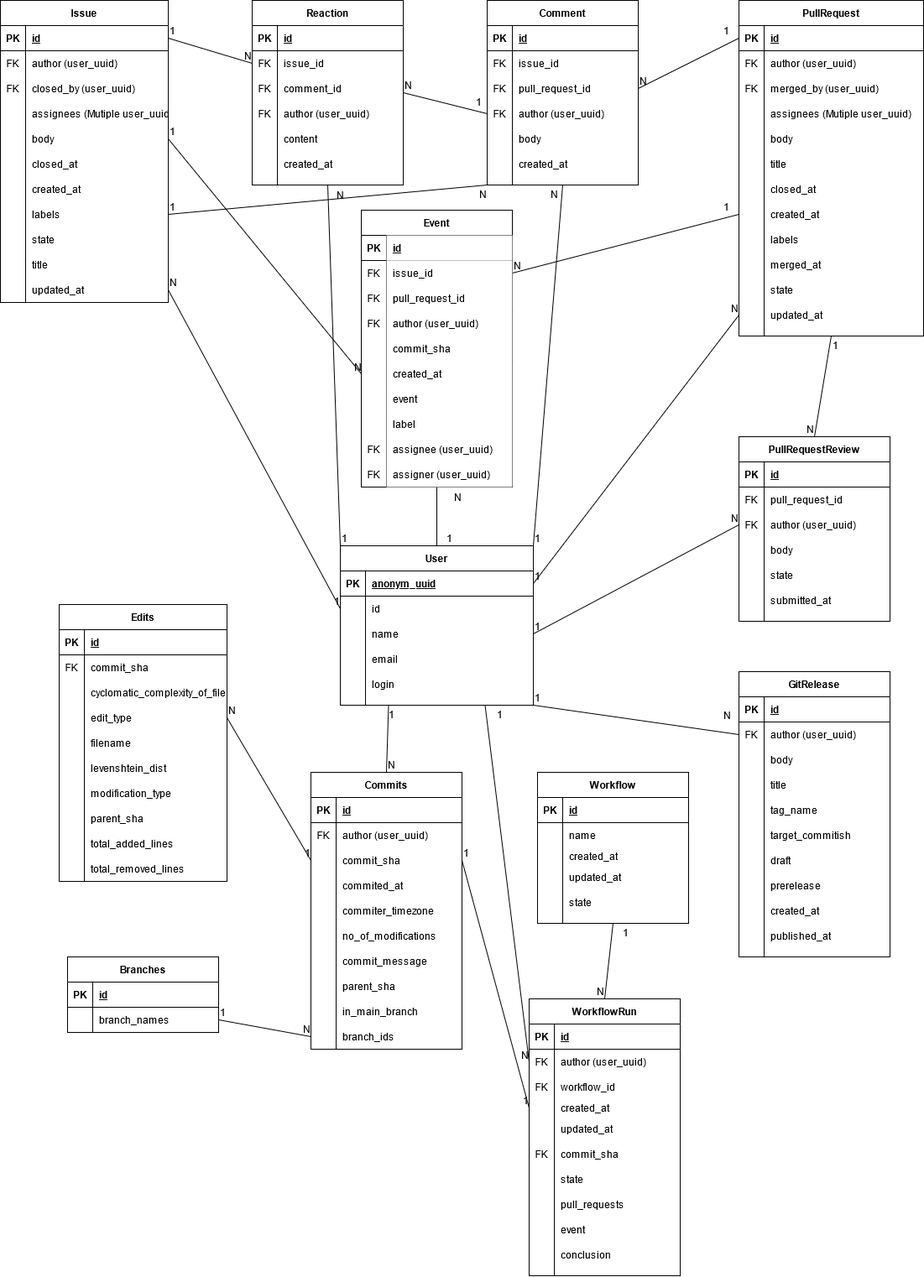
The draw.io diagram docu/ER_diagram/ER_diagram.png in TUBAF-IFI-DiPiT/github2pandas, before a commit. Source tidied: cells renumbered, new cells last; positions are measured from the earlier drawing's top-left corner, leaving out a move shared by most shapes.
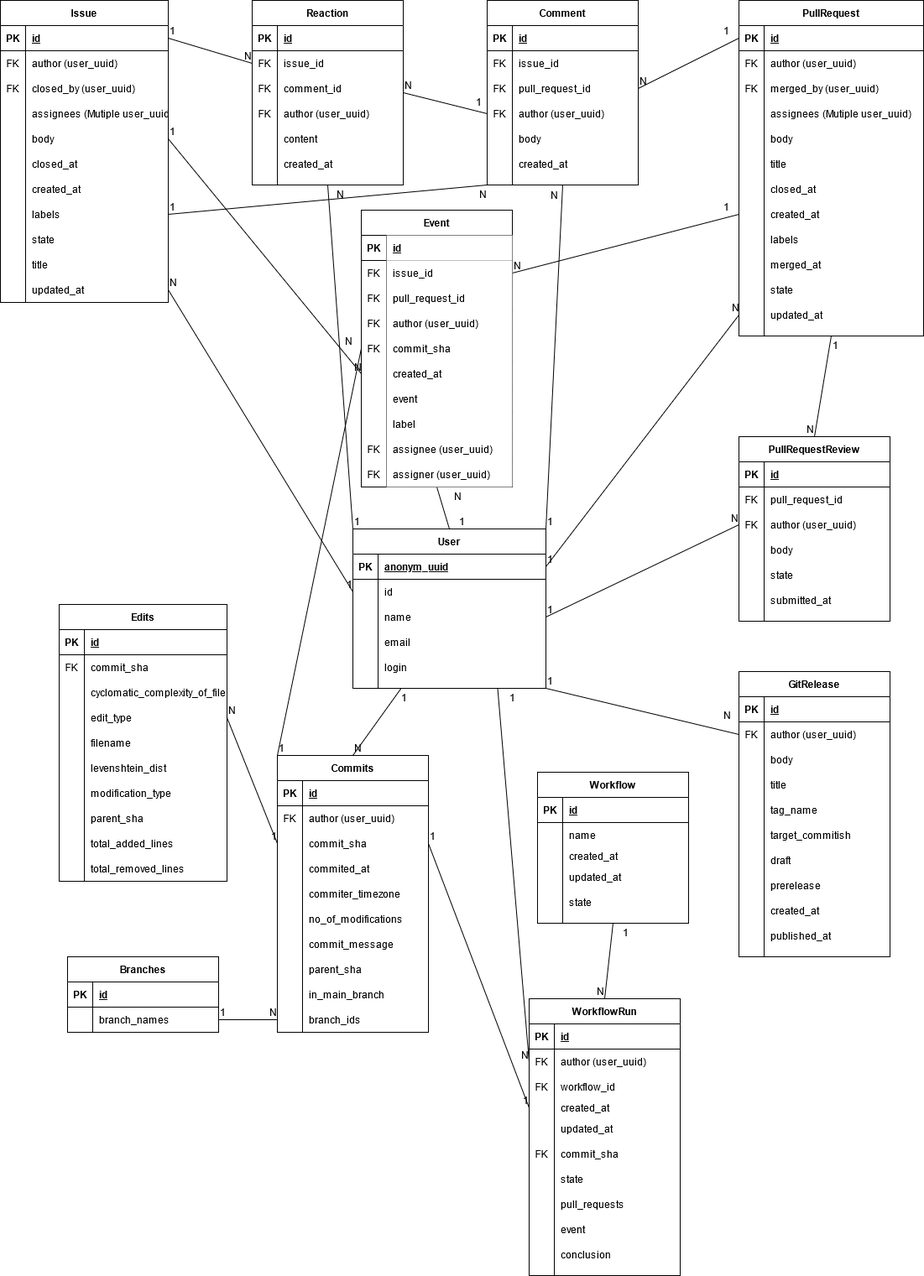
The same file after the commit.

Diff of the diagram source:
```diff
@@ -219,7 +219,7 @@
       <mxGeometry x="30" width="150" height="30" as="geometry" />
     </mxCell>
     <mxCell id="74" value="User" style="shape=table;startSize=30;rowLines=0;fontStyle=1;align=center;" parent="1" vertex="1">
-      <mxGeometry x="405" y="650" width="230" height="190" as="geometry" />
+      <mxGeometry x="420" y="630" width="230" height="190" as="geometry" />
     </mxCell>
     <mxCell id="75" style="shape=partialRectangle;fillColor=none;top=0;left=0;bottom=1;right=0;points=[[0,0.5],[1,0.5]];portConstraint=eastwest;" parent="74" vertex="1">
       <mxGeometry y="30" width="230" height="30" as="geometry" />
@@ -608,7 +608,7 @@
     <mxCell id="195" style="shape=partialRectangle;fillColor=none;top=0;left=0;bottom=0;right=0;points=[[0,0.5],[1,0.5]];portConstraint=eastwest;" parent="182" vertex="1">
       <mxGeometry y="150" width="180" height="30" as="geometry" />
     </mxCell>
-    <mxCell id="196" style="shape=partialRectangle;fillColor=none;top=0;left=0;bottom=0;right=0;overflow=hidden;" parent="195" vertex="1">
+    <mxCell id="196" value="FK" style="shape=partialRectangle;fillColor=none;top=0;left=0;bottom=0;right=0;overflow=hidden;" parent="195" vertex="1">
       <mxGeometry width="30" height="30" as="geometry" />
     </mxCell>
     <mxCell id="197" value="commit_sha" style="shape=partialRectangle;top=0;left=0;bottom=0;right=0;align=left;spacingLeft=6;overflow=hidden;" parent="195" vertex="1">
@@ -660,7 +660,7 @@
       <mxGeometry x="30" width="150" height="30" as="geometry" />
     </mxCell>
     <mxCell id="213" value="Commits" style="shape=table;startSize=30;rowLines=0;fontStyle=1;align=center;" parent="1" vertex="1">
-      <mxGeometry x="370" y="920" width="180" height="330" as="geometry" />
+      <mxGeometry x="330" y="900" width="180" height="330" as="geometry" />
     </mxCell>
     <mxCell id="214" style="shape=partialRectangle;fillColor=none;top=0;left=0;bottom=1;right=0;" parent="213" vertex="1">
       <mxGeometry y="30" width="180" height="30" as="geometry" />
@@ -1180,5 +1180,16 @@
     <mxCell id="383" value="N" style="html=1;align=right;verticalAlign=bottom;" parent="381" vertex="1">
       <mxGeometry x="1" relative="1" as="geometry" />
     </mxCell>
+    <mxCell id="384" style="endArrow=none;html=1;rounded=0;exitX=0;exitY=0;exitDx=0;exitDy=0;entryX=0;entryY=0.5;entryDx=0;entryDy=0;" parent="1" edge="1" source="213" target="195">
+      <mxGeometry relative="1" as="geometry" />
+    </mxCell>
+    <mxCell id="385" value="1" style="html=1;align=left;verticalAlign=bottom;" parent="384" vertex="1">
+      <mxGeometry x="-1" relative="1" as="geometry" />
+    </mxCell>
+    <mxCell id="386" value="N" style="html=1;align=right;verticalAlign=bottom;" parent="384" vertex="1">
+      <mxGeometry x="1" relative="1" as="geometry">
+        <mxPoint x="-10.1" as="offset" />
+      </mxGeometry>
+    </mxCell>
   </root>
 </mxGraphModel>
```
